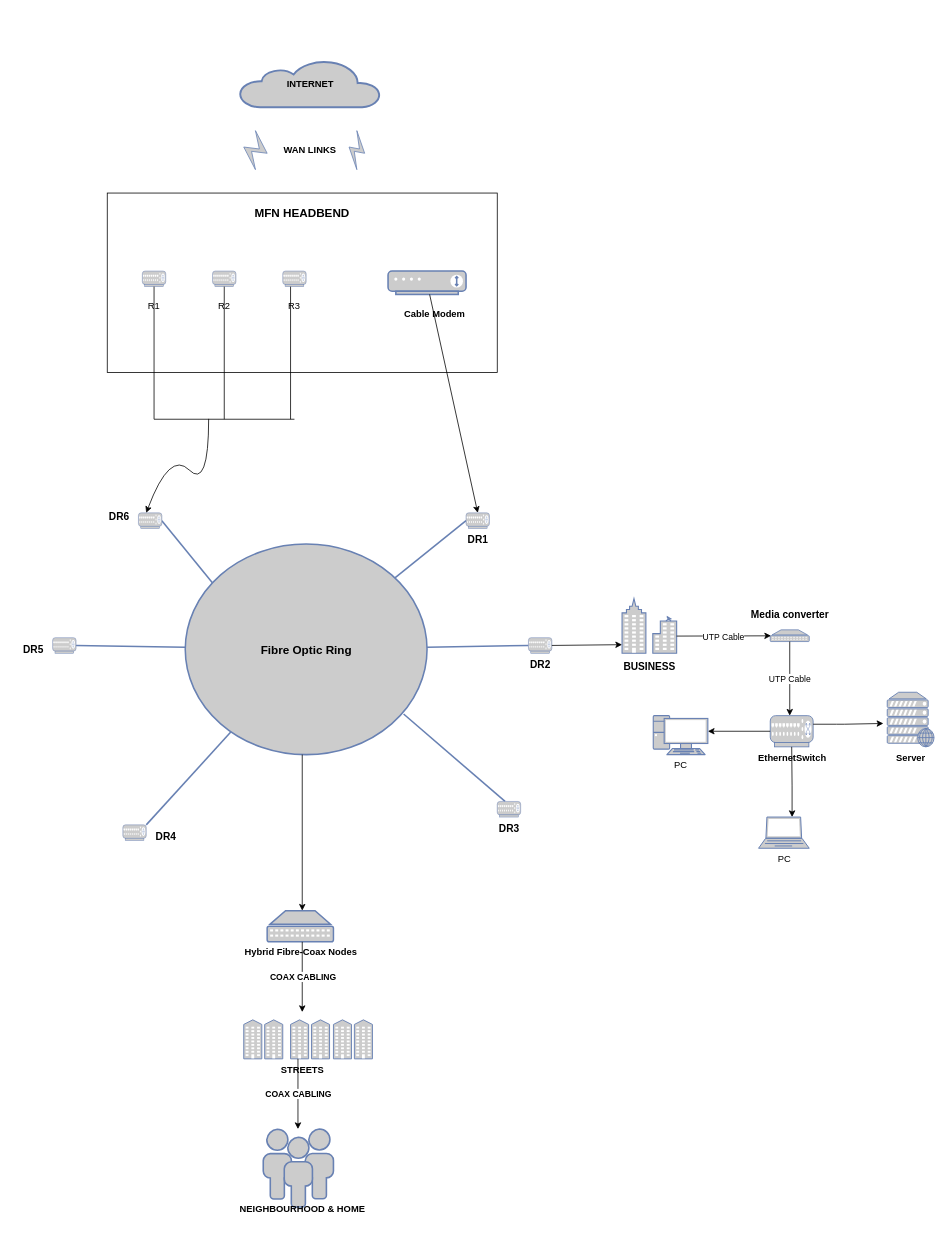
The draw.io diagram MFNDiagram2.drawio in LisanzaTabby/Lotus-Project, before the edit. Source tidied: cells renumbered, new cells numbered last; positions are measured from the earlier drawing's top-left corner, leaving out a move shared by most shapes. Both pictures are drawn from the tidied source at 78%, with x=0, y=0 at pixel (13, 60).
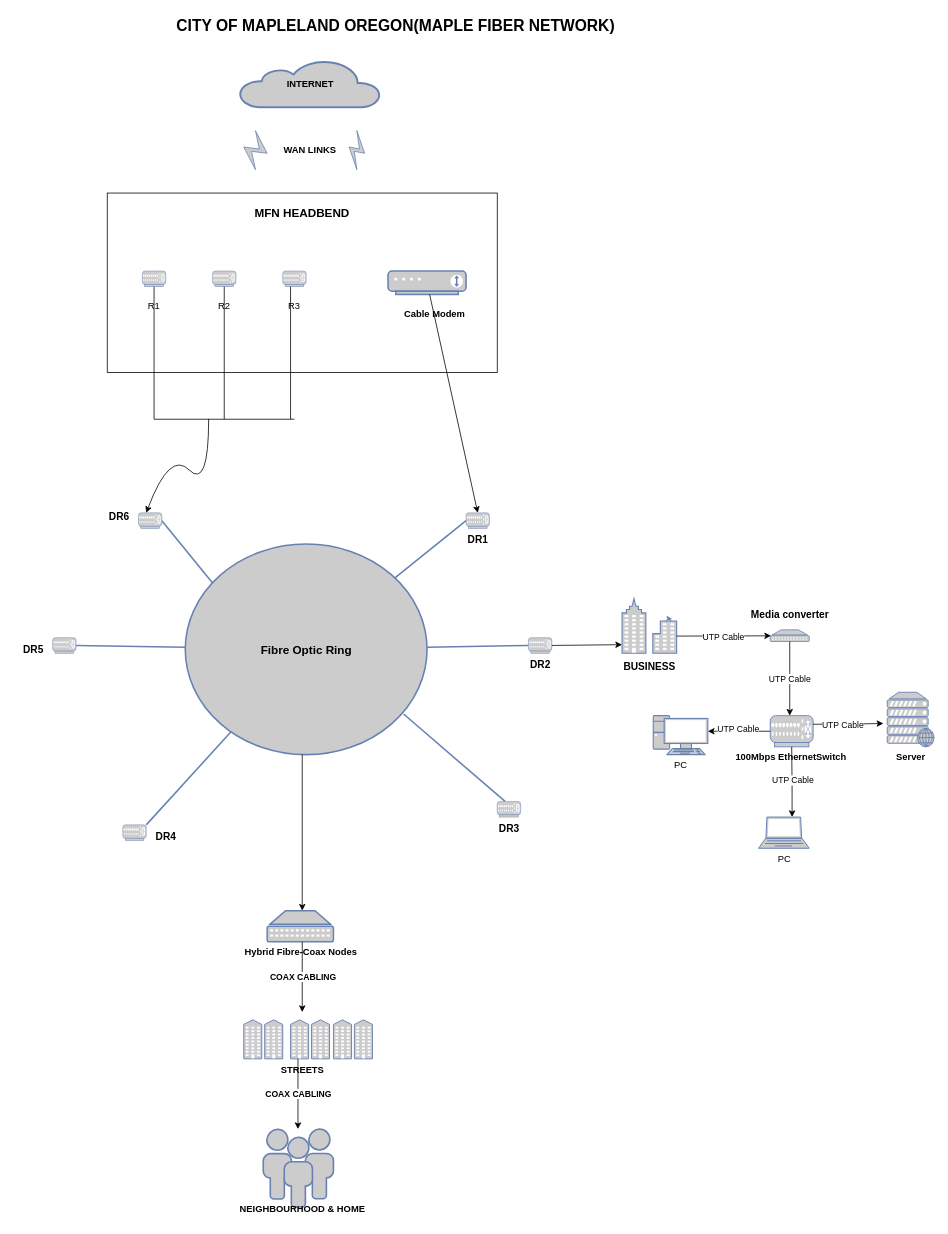
The same page after the edit.

The change refers to these unchanged cells:
```xml
<mxCell id="2" style="group;" parent="1" vertex="1">
  <mxGeometry width="1180" height="1488" as="geometry" />
</mxCell>
<mxCell id="54" style="endArrow=classic;html=1;rounded=0;exitX=0;exitY=0.5;exitDx=0;exitDy=0;exitPerimeter=0;" parent="2" edge="1" source="53">
  <mxGeometry relative="1" as="geometry">
    <mxPoint x="890" y="860" as="targetPoint" />
  </mxGeometry>
</mxCell>
<mxCell id="55" style="endArrow=classic;html=1;rounded=0;exitX=0.5;exitY=1;exitDx=0;exitDy=0;exitPerimeter=0;" parent="2" edge="1" source="53">
  <mxGeometry relative="1" as="geometry">
    <mxPoint x="998" y="970" as="targetPoint" />
    <Array as="points">
      <mxPoint x="998" y="930" />
    </Array>
  </mxGeometry>
</mxCell>
<mxCell id="56" style="endArrow=classic;html=1;rounded=0;" parent="2" edge="1">
  <mxGeometry relative="1" as="geometry">
    <mxPoint x="1025" y="851" as="sourcePoint" />
    <mxPoint x="1115" y="850" as="targetPoint" />
    <Array as="points">
      <mxPoint x="1055" y="851" />
      <mxPoint x="1065" y="851" />
    </Array>
  </mxGeometry>
</mxCell>
```

Diff of the diagram source:
```diff
@@
-    <mxCell id="53" value="&lt;font style=&quot;color: rgb(0, 0, 0);&quot;&gt;&lt;b&gt;EthernetSwitch&lt;/b&gt;&lt;/font&gt;" style="fontColor=#0066CC;verticalAlign=top;verticalLabelPosition=bottom;labelPosition=center;align=center;html=1;outlineConnect=0;fillColor=#CCCCCC;strokeColor=#6881B3;gradientColor=none;gradientDirection=north;strokeWidth=2;shape=mxgraph.networks.switch;" parent="2" vertex="1">
+    <mxCell id="53" value="&lt;font style=&quot;color: rgb(0, 0, 0);&quot;&gt;&lt;b&gt;100Mbps EthernetSwitch&amp;nbsp;&lt;/b&gt;&lt;/font&gt;" style="fontColor=#0066CC;verticalAlign=top;verticalLabelPosition=bottom;labelPosition=center;align=center;html=1;outlineConnect=0;fillColor=#CCCCCC;strokeColor=#6881B3;gradientColor=none;gradientDirection=north;strokeWidth=2;shape=mxgraph.networks.switch;" parent="2" vertex="1">
       <mxGeometry x="970" y="840" width="55" height="40" as="geometry" />
     </mxCell>
@@
+    <mxCell id="72" value="UTP Cable" style="edgeLabel;html=1;align=center;verticalAlign=middle;" parent="54" vertex="1">
+      <mxGeometry x="0.05" y="-3" relative="1" as="geometry" />
+    </mxCell>
@@
+    <mxCell id="73" value="UTP Cable" style="edgeLabel;html=1;align=center;verticalAlign=middle;" parent="55" vertex="1">
+      <mxGeometry x="-0.04" y="1" relative="1" as="geometry" />
+    </mxCell>
@@
+    <mxCell id="74" value="UTP Cable" style="edgeLabel;html=1;align=center;verticalAlign=middle;" parent="56" vertex="1">
+      <mxGeometry x="-0.18" relative="1" as="geometry" />
+    </mxCell>
@@
+    <mxCell id="75" value="&lt;b&gt;&lt;font style=&quot;font-size: 20px;&quot;&gt;CITY OF MAPLELAND OREGON(MAPLE FIBER NETWORK)&lt;/font&gt;&lt;/b&gt;" style="text;html=1;align=center;verticalAlign=middle;whiteSpace=wrap;rounded=0;" parent="1" vertex="1">
+      <mxGeometry x="200" y="-60" width="580" height="30" as="geometry" />
+    </mxCell>
```
